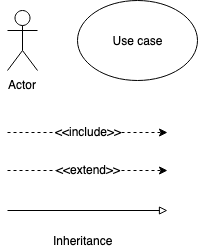
The draw.io diagram CSS370/UseCaseDiagramComponents.png in krishkalai07/SchoolWork, before a commit. Source tidied: cells renumbered, new cells last; positions are measured from the earlier drawing's top-left corner, leaving out a move shared by most shapes. Its diagram source:
```xml
<mxGraphModel>
  <root>
    <mxCell id="0" />
    <mxCell id="1" parent="0" />
    <mxCell id="2" style="endArrow=classic;html=1;dashed=1;" parent="1" edge="1">
      <mxGeometry relative="1" as="geometry">
        <mxPoint y="132" as="sourcePoint" />
        <mxPoint x="160" y="132" as="targetPoint" />
      </mxGeometry>
    </mxCell>
    <mxCell id="3" value="&amp;lt;&amp;lt;include&amp;gt;&amp;gt;" style="text;html=1;align=center;verticalAlign=middle;labelBackgroundColor=#ffffff;" parent="2" vertex="1">
      <mxGeometry relative="1" as="geometry">
        <mxPoint y="-2" as="offset" />
      </mxGeometry>
    </mxCell>
    <mxCell id="4" style="endArrow=classic;html=1;dashed=1;" parent="1" edge="1">
      <mxGeometry relative="1" as="geometry">
        <mxPoint y="170" as="sourcePoint" />
        <mxPoint x="160" y="170" as="targetPoint" />
      </mxGeometry>
    </mxCell>
    <mxCell id="5" value="&amp;lt;&amp;lt;extend&amp;gt;&amp;gt;" style="text;html=1;align=center;verticalAlign=middle;labelBackgroundColor=#ffffff;" parent="4" vertex="1">
      <mxGeometry relative="1" as="geometry">
        <mxPoint y="-2" as="offset" />
      </mxGeometry>
    </mxCell>
    <mxCell id="6" value="Actor" style="shape=umlActor;verticalLabelPosition=bottom;labelBackgroundColor=#ffffff;verticalAlign=top;html=1;" parent="1" vertex="1">
      <mxGeometry y="10" width="30" height="60" as="geometry" />
    </mxCell>
    <mxCell id="7" value="Use case" style="ellipse;whiteSpace=wrap;html=1;" parent="1" vertex="1">
      <mxGeometry x="70" width="120" height="80" as="geometry" />
    </mxCell>
    <mxCell id="8" style="endArrow=block;html=1;endFill=0;" parent="1" edge="1">
      <mxGeometry relative="1" as="geometry">
        <mxPoint y="210" as="sourcePoint" />
        <mxPoint x="160" y="210" as="targetPoint" />
      </mxGeometry>
    </mxCell>
    <mxCell id="9" value="Inheritance" style="text;html=1;align=center;verticalAlign=middle;" parent="1" vertex="1">
      <mxGeometry x="40" y="230" width="70" height="20" as="geometry" />
    </mxCell>
  </root>
</mxGraphModel>
```
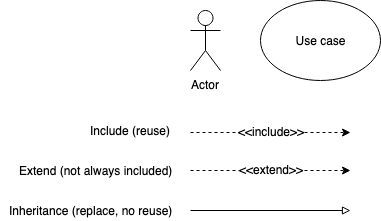
After the commit.

The edit, as a diff of the source:
```diff
@@ -36,8 +36,14 @@
         <mxPoint x="160" y="210" as="targetPoint" />
       </mxGeometry>
     </mxCell>
-    <mxCell id="9" value="Inheritance" style="text;html=1;align=center;verticalAlign=middle;" parent="1" vertex="1">
-      <mxGeometry x="40" y="230" width="70" height="20" as="geometry" />
+    <mxCell id="9" value="Inheritance (replace, no reuse)" style="text;html=1;align=center;verticalAlign=middle;" parent="1" vertex="1">
+      <mxGeometry x="-190" y="200" width="180" height="20" as="geometry" />
     </mxCell>
+    <mxCell id="10" value="Include (reuse)" style="text;html=1;align=center;verticalAlign=middle;" parent="1" vertex="1">
+      <mxGeometry x="-110" y="120" width="100" height="20" as="geometry" />
+    </mxCell>
+    <mxCell id="11" value="Extend (not always included)" style="text;html=1;align=center;verticalAlign=middle;" parent="1" vertex="1">
+      <mxGeometry x="-180" y="160" width="170" height="20" as="geometry" />
+    </mxCell>
   </root>
 </mxGraphModel>
```
